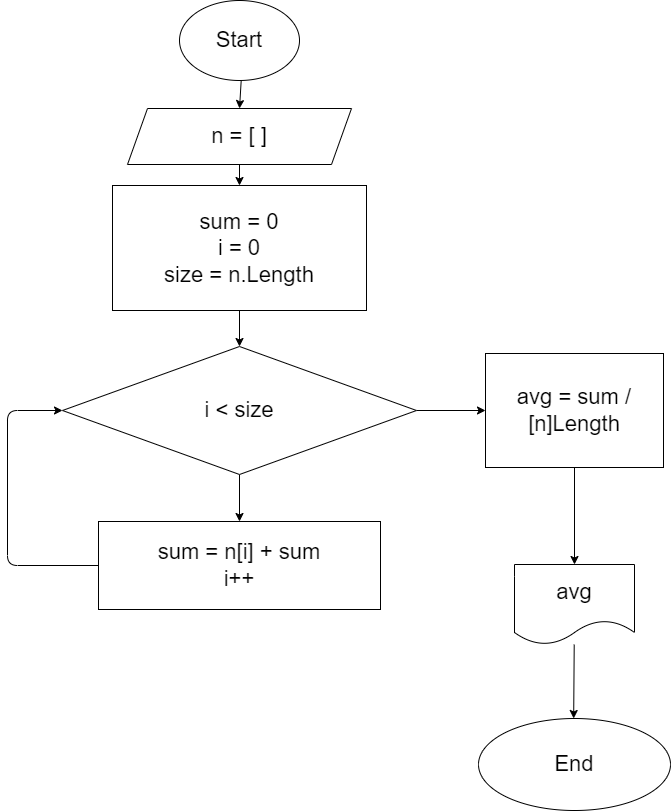
Before: HomeWork02/Example228/Ex228.drawio.png, a diagram exported from draw.io (Pythoncheg/C-Discover). Source tidied: cells renumbered, new cells last; positions are measured from the earlier drawing's top-left corner, leaving out a move shared by most shapes.
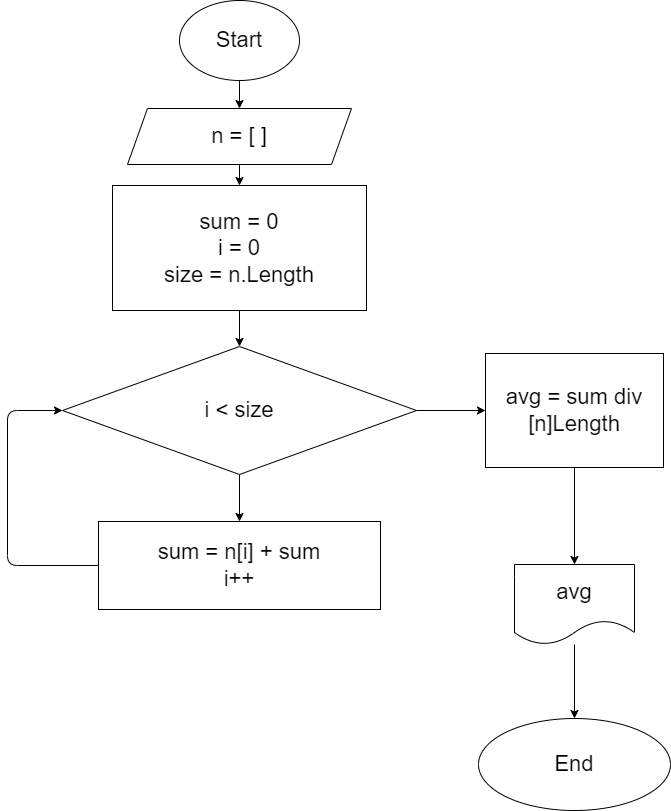
The same file after the commit.

Change to the diagram source:
```diff
@@ -43,7 +43,7 @@
     <mxCell id="13" style="edgeStyle=none;html=1;fontSize=22;" parent="1" edge="1" source="14" target="16">
       <mxGeometry relative="1" as="geometry" />
     </mxCell>
-    <mxCell id="14" value="avg = sum / [n]Length" style="whiteSpace=wrap;html=1;fontSize=22;" parent="1" vertex="1">
+    <mxCell id="14" value="avg = sum div [n]Length" style="whiteSpace=wrap;html=1;fontSize=22;" parent="1" vertex="1">
       <mxGeometry x="478" y="353" width="178" height="114" as="geometry" />
     </mxCell>
     <mxCell id="15" style="edgeStyle=none;html=1;fontSize=22;" parent="1" edge="1" source="16" target="17">
```
